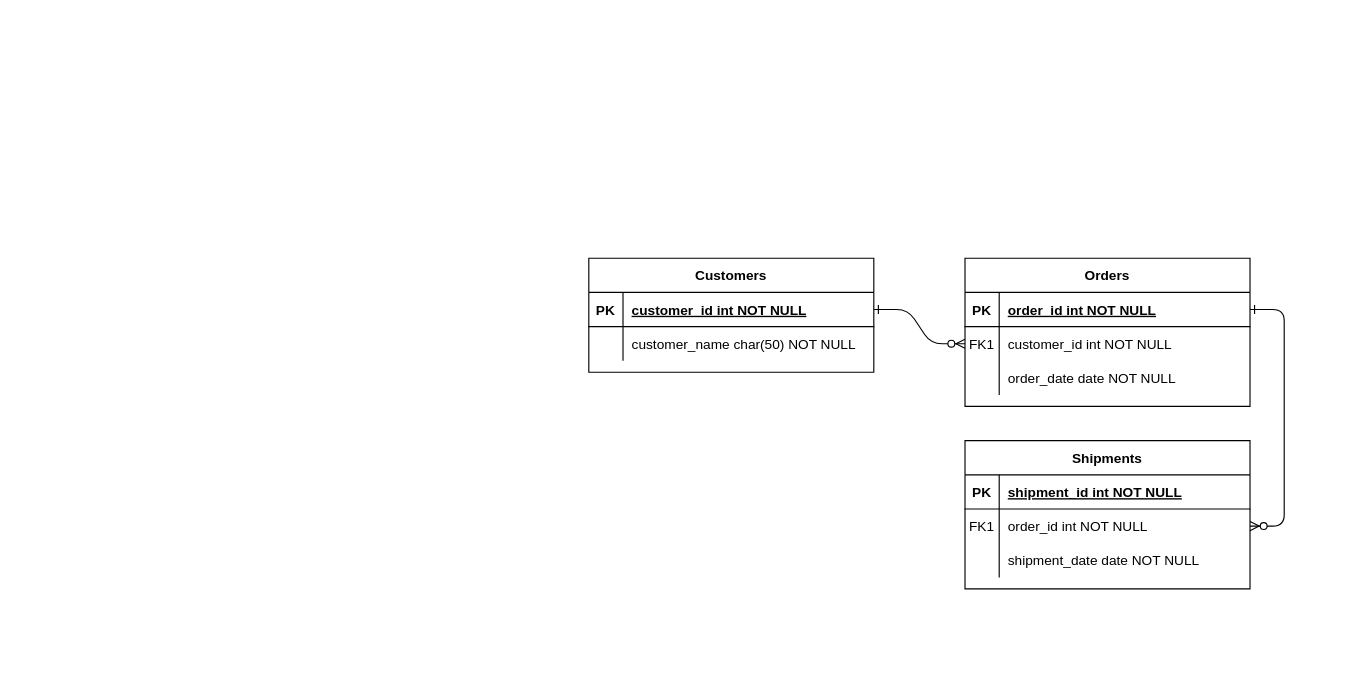
Before: Untitled Diagram.drawio in bopepsi/ERD, a draw.io diagram. Source tidied: cells renumbered, new cells numbered last; positions are measured from the earlier drawing's top-left corner, leaving out a move shared by most shapes. Both pictures are drawn from the tidied source at 114%, with x=0, y=0 at pixel (588, 258).
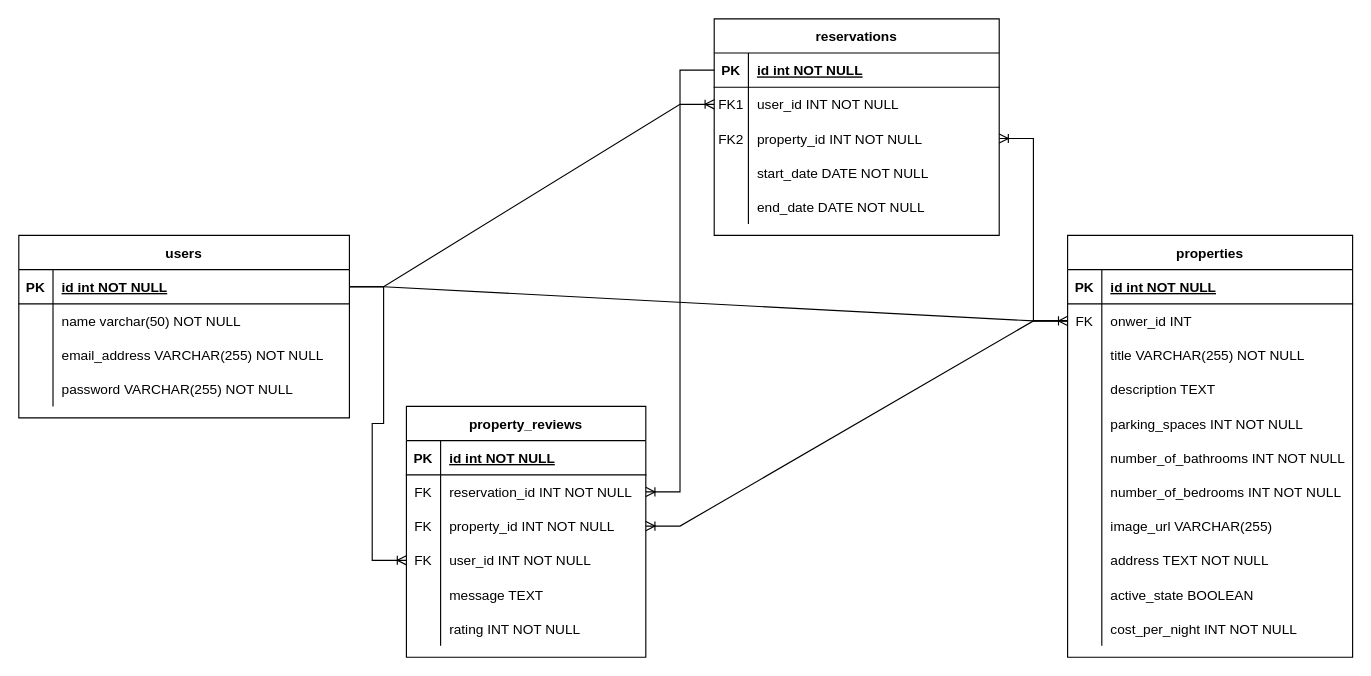
The same page after the edit.

Unchanged cells that the change refers to:
```xml
<mxCell id="5" style="shape=partialRectangle;fillColor=none;points=[[0,0.5],[1,0.5]];portConstraint=eastwest;top=0;left=0;right=0;bottom=1;" parent="4" vertex="1">
  <mxGeometry y="30" width="250" height="30" as="geometry" />
</mxCell>
<mxCell id="15" style="shape=partialRectangle;fillColor=none;points=[[0,0.5],[1,0.5]];portConstraint=eastwest;top=0;left=0;right=0;bottom=1;" parent="14" vertex="1">
  <mxGeometry y="30" width="250" height="30" as="geometry" />
</mxCell>
<mxCell id="18" style="shape=partialRectangle;fillColor=none;points=[[0,0.5],[1,0.5]];portConstraint=eastwest;top=0;left=0;right=0;bottom=0;" parent="14" vertex="1">
  <mxGeometry y="60" width="250" height="30" as="geometry" />
</mxCell>
```

The edit, as a diff of the source:
```diff
@@
-    <mxCell id="2" style="edgeStyle=entityRelationEdgeStyle;endArrow=ERzeroToMany;startArrow=ERone;endFill=1;startFill=0;" parent="1" edge="1" source="25" target="8">
-      <mxGeometry relative="1" as="geometry" />
-    </mxCell>
-    <mxCell id="3" style="edgeStyle=entityRelationEdgeStyle;endArrow=ERzeroToMany;startArrow=ERone;endFill=1;startFill=0;" parent="1" edge="1" source="5" target="18">
-      <mxGeometry relative="1" as="geometry" />
-    </mxCell>
-    <mxCell id="4" value="Orders" style="shape=table;startSize=30;childLayout=tableLayout;rowLines=0;fontStyle=1;align=center;" parent="1" vertex="1">
-      <mxGeometry x="330" width="250" height="130" as="geometry" />
+    <mxCell id="4" value="properties" style="shape=table;startSize=30;childLayout=tableLayout;rowLines=0;fontStyle=1;align=center;" parent="1" vertex="1">
+      <mxGeometry x="420" y="-20" width="250" height="370" as="geometry" />
     </mxCell>
@@
-    <mxCell id="7" value="order_id int NOT NULL " style="shape=partialRectangle;overflow=hidden;fillColor=none;top=0;left=0;bottom=0;right=0;align=left;spacingLeft=6;fontStyle=5;" parent="5" vertex="1">
+    <mxCell id="7" value="id int NOT NULL " style="shape=partialRectangle;overflow=hidden;fillColor=none;top=0;left=0;bottom=0;right=0;align=left;spacingLeft=6;fontStyle=5;" parent="5" vertex="1">
       <mxGeometry x="30" width="220" height="30" as="geometry" />
     </mxCell>
+    <mxCell id="31" style="shape=tableRow;horizontal=0;startSize=0;swimlaneHead=0;swimlaneBody=0;fillColor=none;points=[[0,0.5],[1,0.5]];portConstraint=eastwest;top=0;left=0;right=0;bottom=0;" parent="4" vertex="1">
+      <mxGeometry y="60" width="250" height="30" as="geometry" />
+    </mxCell>
+    <mxCell id="32" value="FK" style="shape=partialRectangle;fillColor=none;top=0;left=0;bottom=0;right=0;fontStyle=0;overflow=hidden;" parent="31" vertex="1">
+      <mxGeometry width="30" height="30" as="geometry" />
+    </mxCell>
+    <mxCell id="33" value="onwer_id INT" style="shape=partialRectangle;fillColor=none;top=0;left=0;bottom=0;right=0;align=left;spacingLeft=6;fontStyle=0;overflow=hidden;" parent="31" vertex="1">
+      <mxGeometry x="30" width="220" height="30" as="geometry" />
+    </mxCell>
     <mxCell id="8" style="shape=partialRectangle;fillColor=none;points=[[0,0.5],[1,0.5]];portConstraint=eastwest;top=0;left=0;right=0;bottom=0;" parent="4" vertex="1">
-      <mxGeometry y="60" width="250" height="30" as="geometry" />
+      <mxGeometry y="90" width="250" height="30" as="geometry" />
     </mxCell>
-    <mxCell id="9" value="FK1" style="shape=partialRectangle;overflow=hidden;fillColor=none;top=0;left=0;bottom=0;right=0;" parent="8" vertex="1">
+    <mxCell id="9" style="shape=partialRectangle;overflow=hidden;fillColor=none;top=0;left=0;bottom=0;right=0;" parent="8" vertex="1">
       <mxGeometry width="30" height="30" as="geometry" />
     </mxCell>
-    <mxCell id="10" value="customer_id int NOT NULL" style="shape=partialRectangle;overflow=hidden;fillColor=none;top=0;left=0;bottom=0;right=0;align=left;spacingLeft=6;" parent="8" vertex="1">
+    <mxCell id="10" value="title VARCHAR(255) NOT NULL" style="shape=partialRectangle;overflow=hidden;fillColor=none;top=0;left=0;bottom=0;right=0;align=left;spacingLeft=6;" parent="8" vertex="1">
       <mxGeometry x="30" width="220" height="30" as="geometry" />
     </mxCell>
     <mxCell id="11" style="shape=partialRectangle;fillColor=none;top=0;left=0;right=0;bottom=0;" parent="4" vertex="1">
-      <mxGeometry y="90" width="250" height="30" as="geometry" />
+      <mxGeometry y="120" width="250" height="30" as="geometry" />
     </mxCell>
@@
-    <mxCell id="13" value="order_date date NOT NULL" style="shape=partialRectangle;overflow=hidden;fillColor=none;top=0;left=0;bottom=0;right=0;align=left;spacingLeft=6;" parent="11" vertex="1">
+    <mxCell id="13" value="description TEXT" style="shape=partialRectangle;overflow=hidden;fillColor=none;top=0;left=0;bottom=0;right=0;align=left;spacingLeft=6;" parent="11" vertex="1">
       <mxGeometry x="30" width="220" height="30" as="geometry" />
     </mxCell>
+    <mxCell id="34" style="shape=tableRow;horizontal=0;startSize=0;swimlaneHead=0;swimlaneBody=0;fillColor=none;top=0;left=0;right=0;bottom=0;" parent="4" vertex="1">
+      <mxGeometry y="150" width="250" height="30" as="geometry" />
+    </mxCell>
+    <mxCell id="35" style="shape=partialRectangle;fillColor=none;top=0;left=0;bottom=0;right=0;overflow=hidden;" parent="34" vertex="1">
+      <mxGeometry width="30" height="30" as="geometry" />
+    </mxCell>
+    <mxCell id="36" value="parking_spaces INT NOT NULL" style="shape=partialRectangle;fillColor=none;top=0;left=0;bottom=0;right=0;align=left;spacingLeft=6;overflow=hidden;" parent="34" vertex="1">
+      <mxGeometry x="30" width="220" height="30" as="geometry" />
+    </mxCell>
+    <mxCell id="37" style="shape=tableRow;horizontal=0;startSize=0;swimlaneHead=0;swimlaneBody=0;fillColor=none;top=0;left=0;right=0;bottom=0;" parent="4" vertex="1">
+      <mxGeometry y="180" width="250" height="30" as="geometry" />
+    </mxCell>
+    <mxCell id="38" style="shape=partialRectangle;fillColor=none;top=0;left=0;bottom=0;right=0;overflow=hidden;" parent="37" vertex="1">
+      <mxGeometry width="30" height="30" as="geometry" />
+    </mxCell>
+    <mxCell id="39" value="number_of_bathrooms INT NOT NULL" style="shape=partialRectangle;fillColor=none;top=0;left=0;bottom=0;right=0;align=left;spacingLeft=6;overflow=hidden;" parent="37" vertex="1">
+      <mxGeometry x="30" width="220" height="30" as="geometry" />
+    </mxCell>
+    <mxCell id="40" style="shape=tableRow;horizontal=0;startSize=0;swimlaneHead=0;swimlaneBody=0;fillColor=none;top=0;left=0;right=0;bottom=0;" parent="4" vertex="1">
+      <mxGeometry y="210" width="250" height="30" as="geometry" />
+    </mxCell>
+    <mxCell id="41" style="shape=partialRectangle;fillColor=none;top=0;left=0;bottom=0;right=0;overflow=hidden;" parent="40" vertex="1">
+      <mxGeometry width="30" height="30" as="geometry" />
+    </mxCell>
+    <mxCell id="42" value="number_of_bedrooms INT NOT NULL" style="shape=partialRectangle;fillColor=none;top=0;left=0;bottom=0;right=0;align=left;spacingLeft=6;overflow=hidden;" parent="40" vertex="1">
+      <mxGeometry x="30" width="220" height="30" as="geometry" />
+    </mxCell>
+    <mxCell id="43" style="shape=tableRow;horizontal=0;startSize=0;swimlaneHead=0;swimlaneBody=0;fillColor=none;top=0;left=0;right=0;bottom=0;" parent="4" vertex="1">
+      <mxGeometry y="240" width="250" height="30" as="geometry" />
+    </mxCell>
+    <mxCell id="44" style="shape=partialRectangle;fillColor=none;top=0;left=0;bottom=0;right=0;overflow=hidden;" parent="43" vertex="1">
+      <mxGeometry width="30" height="30" as="geometry" />
+    </mxCell>
+    <mxCell id="45" value="image_url VARCHAR(255)" style="shape=partialRectangle;fillColor=none;top=0;left=0;bottom=0;right=0;align=left;spacingLeft=6;overflow=hidden;" parent="43" vertex="1">
+      <mxGeometry x="30" width="220" height="30" as="geometry" />
+    </mxCell>
+    <mxCell id="46" style="shape=tableRow;horizontal=0;startSize=0;swimlaneHead=0;swimlaneBody=0;fillColor=none;top=0;left=0;right=0;bottom=0;" parent="4" vertex="1">
+      <mxGeometry y="270" width="250" height="30" as="geometry" />
+    </mxCell>
+    <mxCell id="47" style="shape=partialRectangle;fillColor=none;top=0;left=0;bottom=0;right=0;overflow=hidden;" parent="46" vertex="1">
+      <mxGeometry width="30" height="30" as="geometry" />
+    </mxCell>
+    <mxCell id="48" value="address TEXT NOT NULL" style="shape=partialRectangle;fillColor=none;top=0;left=0;bottom=0;right=0;align=left;spacingLeft=6;overflow=hidden;" parent="46" vertex="1">
+      <mxGeometry x="30" width="220" height="30" as="geometry" />
+    </mxCell>
+    <mxCell id="49" style="shape=tableRow;horizontal=0;startSize=0;swimlaneHead=0;swimlaneBody=0;fillColor=none;top=0;left=0;right=0;bottom=0;" parent="4" vertex="1">
+      <mxGeometry y="300" width="250" height="30" as="geometry" />
+    </mxCell>
+    <mxCell id="50" style="shape=partialRectangle;fillColor=none;top=0;left=0;bottom=0;right=0;overflow=hidden;" parent="49" vertex="1">
+      <mxGeometry width="30" height="30" as="geometry" />
+    </mxCell>
+    <mxCell id="51" value="active_state BOOLEAN" style="shape=partialRectangle;fillColor=none;top=0;left=0;bottom=0;right=0;align=left;spacingLeft=6;overflow=hidden;" parent="49" vertex="1">
+      <mxGeometry x="30" width="220" height="30" as="geometry" />
+    </mxCell>
+    <mxCell id="52" style="shape=tableRow;horizontal=0;startSize=0;swimlaneHead=0;swimlaneBody=0;fillColor=none;top=0;left=0;right=0;bottom=0;" parent="4" vertex="1">
+      <mxGeometry y="330" width="250" height="30" as="geometry" />
+    </mxCell>
+    <mxCell id="53" style="shape=partialRectangle;fillColor=none;top=0;left=0;bottom=0;right=0;overflow=hidden;" parent="52" vertex="1">
+      <mxGeometry width="30" height="30" as="geometry" />
+    </mxCell>
+    <mxCell id="54" value="cost_per_night INT NOT NULL" style="shape=partialRectangle;fillColor=none;top=0;left=0;bottom=0;right=0;align=left;spacingLeft=6;overflow=hidden;" parent="52" vertex="1">
+      <mxGeometry x="30" width="220" height="30" as="geometry" />
+    </mxCell>
-    <mxCell id="14" value="Shipments" style="shape=table;startSize=30;childLayout=tableLayout;rowLines=0;fontStyle=1;align=center;" parent="1" vertex="1">
-      <mxGeometry x="330" y="160" width="250" height="130" as="geometry" />
+    <mxCell id="14" value="reservations" style="shape=table;startSize=30;childLayout=tableLayout;rowLines=0;fontStyle=1;align=center;" parent="1" vertex="1">
+      <mxGeometry x="110" y="-210" width="250" height="190" as="geometry" />
     </mxCell>
@@
-    <mxCell id="17" value="shipment_id int NOT NULL " style="shape=partialRectangle;overflow=hidden;fillColor=none;top=0;left=0;bottom=0;right=0;align=left;spacingLeft=6;fontStyle=5;" parent="15" vertex="1">
+    <mxCell id="17" value="id int NOT NULL " style="shape=partialRectangle;overflow=hidden;fillColor=none;top=0;left=0;bottom=0;right=0;align=left;spacingLeft=6;fontStyle=5;" parent="15" vertex="1">
       <mxGeometry x="30" width="220" height="30" as="geometry" />
     </mxCell>
@@
-    <mxCell id="20" value="order_id int NOT NULL" style="shape=partialRectangle;overflow=hidden;fillColor=none;top=0;left=0;bottom=0;right=0;align=left;spacingLeft=6;" parent="18" vertex="1">
+    <mxCell id="20" value="user_id INT NOT NULL" style="shape=partialRectangle;overflow=hidden;fillColor=none;top=0;left=0;bottom=0;right=0;align=left;spacingLeft=6;" parent="18" vertex="1">
       <mxGeometry x="30" width="220" height="30" as="geometry" />
     </mxCell>
+    <mxCell id="55" style="shape=tableRow;horizontal=0;startSize=0;swimlaneHead=0;swimlaneBody=0;fillColor=none;points=[[0,0.5],[1,0.5]];portConstraint=eastwest;top=0;left=0;right=0;bottom=0;" parent="14" vertex="1">
+      <mxGeometry y="90" width="250" height="30" as="geometry" />
+    </mxCell>
+    <mxCell id="56" value="FK2" style="shape=partialRectangle;fillColor=none;top=0;left=0;bottom=0;right=0;fontStyle=0;overflow=hidden;" parent="55" vertex="1">
+      <mxGeometry width="30" height="30" as="geometry" />
+    </mxCell>
+    <mxCell id="57" value="property_id INT NOT NULL" style="shape=partialRectangle;fillColor=none;top=0;left=0;bottom=0;right=0;align=left;spacingLeft=6;fontStyle=0;overflow=hidden;" parent="55" vertex="1">
+      <mxGeometry x="30" width="220" height="30" as="geometry" />
+    </mxCell>
     <mxCell id="21" style="shape=partialRectangle;fillColor=none;top=0;left=0;right=0;bottom=0;" parent="14" vertex="1">
-      <mxGeometry y="90" width="250" height="30" as="geometry" />
+      <mxGeometry y="120" width="250" height="30" as="geometry" />
     </mxCell>
@@
-    <mxCell id="23" value="shipment_date date NOT NULL" style="shape=partialRectangle;overflow=hidden;fillColor=none;top=0;left=0;bottom=0;right=0;align=left;spacingLeft=6;" parent="21" vertex="1">
+    <mxCell id="23" value="start_date DATE NOT NULL" style="shape=partialRectangle;overflow=hidden;fillColor=none;top=0;left=0;bottom=0;right=0;align=left;spacingLeft=6;" parent="21" vertex="1">
       <mxGeometry x="30" width="220" height="30" as="geometry" />
     </mxCell>
+    <mxCell id="58" style="shape=tableRow;horizontal=0;startSize=0;swimlaneHead=0;swimlaneBody=0;fillColor=none;top=0;left=0;right=0;bottom=0;" parent="14" vertex="1">
+      <mxGeometry y="150" width="250" height="30" as="geometry" />
+    </mxCell>
+    <mxCell id="59" style="shape=partialRectangle;fillColor=none;top=0;left=0;bottom=0;right=0;overflow=hidden;" parent="58" vertex="1">
+      <mxGeometry width="30" height="30" as="geometry" />
+    </mxCell>
+    <mxCell id="60" value="end_date DATE NOT NULL" style="shape=partialRectangle;fillColor=none;top=0;left=0;bottom=0;right=0;align=left;spacingLeft=6;overflow=hidden;" parent="58" vertex="1">
+      <mxGeometry x="30" width="220" height="30" as="geometry" />
+    </mxCell>
-    <mxCell id="24" value="Customers" style="shape=table;startSize=30;childLayout=tableLayout;rowLines=0;fontStyle=1;align=center;" parent="1" vertex="1">
-      <mxGeometry width="250" height="100" as="geometry" />
+    <mxCell id="24" value="users" style="shape=table;startSize=30;childLayout=tableLayout;rowLines=0;fontStyle=1;align=center;" parent="1" vertex="1">
+      <mxGeometry x="-500" y="-20" width="290" height="160" as="geometry" />
     </mxCell>
     <mxCell id="25" style="shape=partialRectangle;fillColor=none;points=[[0,0.5],[1,0.5]];portConstraint=eastwest;top=0;left=0;right=0;bottom=1;" parent="24" vertex="1">
-      <mxGeometry y="30" width="250" height="30" as="geometry" />
+      <mxGeometry y="30" width="290" height="30" as="geometry" />
     </mxCell>
@@
-    <mxCell id="27" value="customer_id int NOT NULL " style="shape=partialRectangle;overflow=hidden;fillColor=none;top=0;left=0;bottom=0;right=0;align=left;spacingLeft=6;fontStyle=5;" parent="25" vertex="1">
-      <mxGeometry x="30" width="220" height="30" as="geometry" />
+    <mxCell id="27" value="id int NOT NULL " style="shape=partialRectangle;overflow=hidden;fillColor=none;top=0;left=0;bottom=0;right=0;align=left;spacingLeft=6;fontStyle=5;" parent="25" vertex="1">
+      <mxGeometry x="30" width="260" height="30" as="geometry" />
     </mxCell>
     <mxCell id="28" style="shape=partialRectangle;fillColor=none;top=0;left=0;right=0;bottom=0;" parent="24" vertex="1">
-      <mxGeometry y="60" width="250" height="30" as="geometry" />
+      <mxGeometry y="60" width="290" height="30" as="geometry" />
     </mxCell>
@@
-    <mxCell id="30" value="customer_name char(50) NOT NULL" style="shape=partialRectangle;overflow=hidden;fillColor=none;top=0;left=0;bottom=0;right=0;align=left;spacingLeft=6;" parent="28" vertex="1">
-      <mxGeometry x="30" width="220" height="30" as="geometry" />
+    <mxCell id="30" value="name varchar(50) NOT NULL" style="shape=partialRectangle;overflow=hidden;fillColor=none;top=0;left=0;bottom=0;right=0;align=left;spacingLeft=6;" parent="28" vertex="1">
+      <mxGeometry x="30" width="260" height="30" as="geometry" />
     </mxCell>
+    <mxCell id="61" style="shape=tableRow;horizontal=0;startSize=0;swimlaneHead=0;swimlaneBody=0;fillColor=none;top=0;left=0;right=0;bottom=0;" parent="24" vertex="1">
+      <mxGeometry y="90" width="290" height="30" as="geometry" />
+    </mxCell>
+    <mxCell id="62" style="shape=partialRectangle;fillColor=none;top=0;left=0;bottom=0;right=0;overflow=hidden;" parent="61" vertex="1">
+      <mxGeometry width="30" height="30" as="geometry" />
+    </mxCell>
+    <mxCell id="63" value="email_address VARCHAR(255) NOT NULL" style="shape=partialRectangle;fillColor=none;top=0;left=0;bottom=0;right=0;align=left;spacingLeft=6;overflow=hidden;" parent="61" vertex="1">
+      <mxGeometry x="30" width="260" height="30" as="geometry" />
+    </mxCell>
+    <mxCell id="64" style="shape=tableRow;horizontal=0;startSize=0;swimlaneHead=0;swimlaneBody=0;fillColor=none;top=0;left=0;right=0;bottom=0;" parent="24" vertex="1">
+      <mxGeometry y="120" width="290" height="30" as="geometry" />
+    </mxCell>
+    <mxCell id="65" style="shape=partialRectangle;fillColor=none;top=0;left=0;bottom=0;right=0;overflow=hidden;" parent="64" vertex="1">
+      <mxGeometry width="30" height="30" as="geometry" />
+    </mxCell>
+    <mxCell id="66" value="password VARCHAR(255) NOT NULL" style="shape=partialRectangle;fillColor=none;top=0;left=0;bottom=0;right=0;align=left;spacingLeft=6;overflow=hidden;" parent="64" vertex="1">
+      <mxGeometry x="30" width="260" height="30" as="geometry" />
+    </mxCell>
+    <mxCell id="67" value="property_reviews" style="shape=table;startSize=30;childLayout=tableLayout;rowLines=0;fontStyle=1;align=center;" parent="1" vertex="1">
+      <mxGeometry x="-160" y="130" width="210" height="220" as="geometry" />
+    </mxCell>
+    <mxCell id="68" style="shape=tableRow;horizontal=0;startSize=0;swimlaneHead=0;swimlaneBody=0;fillColor=none;top=0;left=0;right=0;bottom=1;" parent="67" vertex="1">
+      <mxGeometry y="30" width="210" height="30" as="geometry" />
+    </mxCell>
+    <mxCell id="69" value="PK" style="shape=partialRectangle;fillColor=none;top=0;left=0;bottom=0;right=0;fontStyle=1;overflow=hidden;" parent="68" vertex="1">
+      <mxGeometry width="30" height="30" as="geometry" />
+    </mxCell>
+    <mxCell id="70" value="id int NOT NULL" style="shape=partialRectangle;fillColor=none;top=0;left=0;bottom=0;right=0;align=left;spacingLeft=6;fontStyle=5;overflow=hidden;" parent="68" vertex="1">
+      <mxGeometry x="30" width="180" height="30" as="geometry" />
+    </mxCell>
+    <mxCell id="71" style="shape=tableRow;horizontal=0;startSize=0;swimlaneHead=0;swimlaneBody=0;fillColor=none;points=[[0,0.5],[1,0.5]];portConstraint=eastwest;top=0;left=0;right=0;bottom=0;" parent="67" vertex="1">
+      <mxGeometry y="60" width="210" height="30" as="geometry" />
+    </mxCell>
+    <mxCell id="72" value="FK" style="shape=partialRectangle;fillColor=none;top=0;left=0;bottom=0;right=0;fontStyle=0;overflow=hidden;" parent="71" vertex="1">
+      <mxGeometry width="30" height="30" as="geometry" />
+    </mxCell>
+    <mxCell id="73" value="reservation_id INT NOT NULL" style="shape=partialRectangle;fillColor=none;top=0;left=0;bottom=0;right=0;align=left;spacingLeft=6;fontStyle=0;overflow=hidden;" parent="71" vertex="1">
+      <mxGeometry x="30" width="180" height="30" as="geometry" />
+    </mxCell>
+    <mxCell id="74" style="shape=tableRow;horizontal=0;startSize=0;swimlaneHead=0;swimlaneBody=0;fillColor=none;points=[[0,0.5],[1,0.5]];portConstraint=eastwest;top=0;left=0;right=0;bottom=0;" parent="67" vertex="1">
+      <mxGeometry y="90" width="210" height="30" as="geometry" />
+    </mxCell>
+    <mxCell id="75" value="FK" style="shape=partialRectangle;fillColor=none;top=0;left=0;bottom=0;right=0;fontStyle=0;overflow=hidden;" parent="74" vertex="1">
+      <mxGeometry width="30" height="30" as="geometry" />
+    </mxCell>
+    <mxCell id="76" value="property_id INT NOT NULL" style="shape=partialRectangle;fillColor=none;top=0;left=0;bottom=0;right=0;align=left;spacingLeft=6;fontStyle=0;overflow=hidden;" parent="74" vertex="1">
+      <mxGeometry x="30" width="180" height="30" as="geometry" />
+    </mxCell>
+    <mxCell id="77" style="shape=tableRow;horizontal=0;startSize=0;swimlaneHead=0;swimlaneBody=0;fillColor=none;points=[[0,0.5],[1,0.5]];portConstraint=eastwest;top=0;left=0;right=0;bottom=0;" parent="67" vertex="1">
+      <mxGeometry y="120" width="210" height="30" as="geometry" />
+    </mxCell>
+    <mxCell id="78" value="FK" style="shape=partialRectangle;fillColor=none;top=0;left=0;bottom=0;right=0;fontStyle=0;overflow=hidden;" parent="77" vertex="1">
+      <mxGeometry width="30" height="30" as="geometry" />
+    </mxCell>
+    <mxCell id="79" value="user_id INT NOT NULL" style="shape=partialRectangle;fillColor=none;top=0;left=0;bottom=0;right=0;align=left;spacingLeft=6;fontStyle=0;overflow=hidden;" parent="77" vertex="1">
+      <mxGeometry x="30" width="180" height="30" as="geometry" />
+    </mxCell>
+    <mxCell id="80" style="shape=tableRow;horizontal=0;startSize=0;swimlaneHead=0;swimlaneBody=0;fillColor=none;top=0;left=0;right=0;bottom=0;" parent="67" vertex="1">
+      <mxGeometry y="150" width="210" height="30" as="geometry" />
+    </mxCell>
+    <mxCell id="81" style="shape=partialRectangle;fillColor=none;top=0;left=0;bottom=0;right=0;overflow=hidden;" parent="80" vertex="1">
+      <mxGeometry width="30" height="30" as="geometry" />
+    </mxCell>
+    <mxCell id="82" value="message TEXT" style="shape=partialRectangle;fillColor=none;top=0;left=0;bottom=0;right=0;align=left;spacingLeft=6;overflow=hidden;" parent="80" vertex="1">
+      <mxGeometry x="30" width="180" height="30" as="geometry" />
+    </mxCell>
+    <mxCell id="83" style="shape=tableRow;horizontal=0;startSize=0;swimlaneHead=0;swimlaneBody=0;fillColor=none;top=0;left=0;right=0;bottom=0;" parent="67" vertex="1">
+      <mxGeometry y="180" width="210" height="30" as="geometry" />
+    </mxCell>
+    <mxCell id="84" style="shape=partialRectangle;fillColor=none;top=0;left=0;bottom=0;right=0;overflow=hidden;" parent="83" vertex="1">
+      <mxGeometry width="30" height="30" as="geometry" />
+    </mxCell>
+    <mxCell id="85" value="rating INT NOT NULL" style="shape=partialRectangle;fillColor=none;top=0;left=0;bottom=0;right=0;align=left;spacingLeft=6;overflow=hidden;" parent="83" vertex="1">
+      <mxGeometry x="30" width="180" height="30" as="geometry" />
+    </mxCell>
+    <mxCell id="86" style="edgeStyle=entityRelationEdgeStyle;fontSize=12;html=1;endArrow=ERoneToMany;rounded=0;exitX=1;exitY=0.5;exitDx=0;exitDy=0;entryX=0;entryY=0.5;entryDx=0;entryDy=0;" parent="1" edge="1" source="25" target="31">
+      <mxGeometry relative="1" as="geometry" />
+    </mxCell>
+    <mxCell id="87" style="edgeStyle=entityRelationEdgeStyle;fontSize=12;html=1;endArrow=ERoneToMany;rounded=0;exitX=1;exitY=0.5;exitDx=0;exitDy=0;entryX=0;entryY=0.5;entryDx=0;entryDy=0;" parent="1" edge="1" source="25" target="18">
+      <mxGeometry relative="1" as="geometry" />
+    </mxCell>
+    <mxCell id="88" style="edgeStyle=entityRelationEdgeStyle;fontSize=12;html=1;endArrow=ERoneToMany;rounded=0;exitX=1;exitY=0.5;exitDx=0;exitDy=0;entryX=0;entryY=0.5;entryDx=0;entryDy=0;" parent="1" edge="1" source="25" target="77">
+      <mxGeometry relative="1" as="geometry" />
+    </mxCell>
+    <mxCell id="89" style="edgeStyle=entityRelationEdgeStyle;fontSize=12;html=1;endArrow=ERoneToMany;rounded=0;entryX=1;entryY=0.5;entryDx=0;entryDy=0;exitX=0;exitY=0.5;exitDx=0;exitDy=0;" parent="1" edge="1" source="31" target="55">
+      <mxGeometry relative="1" as="geometry" />
+    </mxCell>
+    <mxCell id="90" style="edgeStyle=entityRelationEdgeStyle;fontSize=12;html=1;endArrow=ERoneToMany;rounded=0;exitX=0;exitY=0.5;exitDx=0;exitDy=0;" parent="1" edge="1" source="31" target="74">
+      <mxGeometry relative="1" as="geometry" />
+    </mxCell>
+    <mxCell id="91" style="edgeStyle=entityRelationEdgeStyle;fontSize=12;html=1;endArrow=ERoneToMany;rounded=0;exitX=0;exitY=0.5;exitDx=0;exitDy=0;entryX=1;entryY=0.5;entryDx=0;entryDy=0;" parent="1" edge="1" source="15" target="71">
+      <mxGeometry relative="1" as="geometry" />
+    </mxCell>
```
